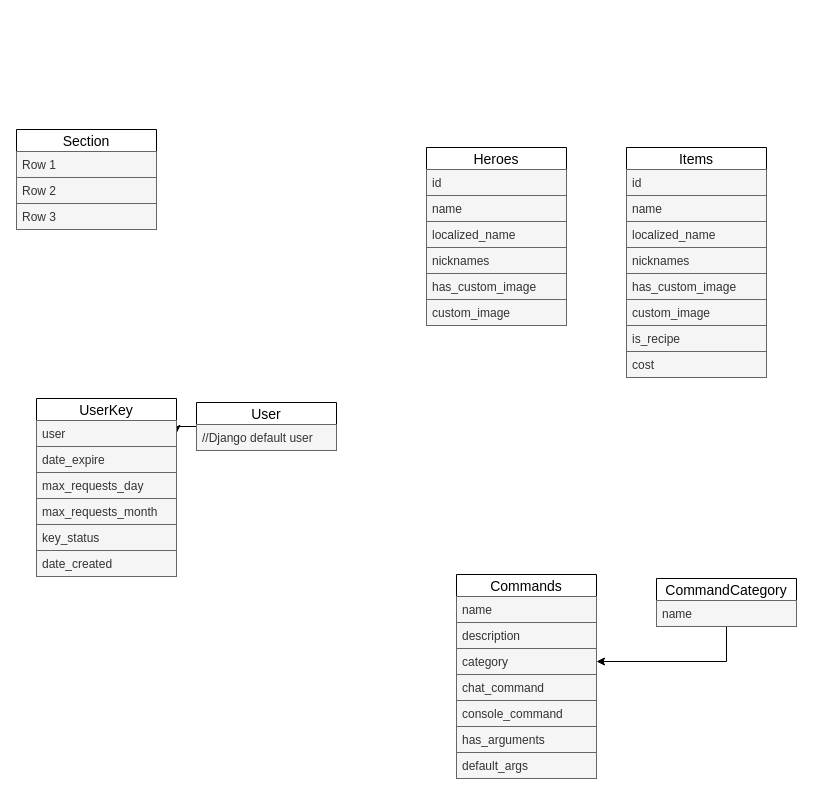
The draw.io diagram Data Model/cheetah_erd.drawio in Segun-io/cheetah_docs, before the edit. Source tidied: cells renumbered, new cells numbered last; positions are measured from the earlier drawing's top-left corner, leaving out a move shared by most shapes. Both pictures are drawn from the tidied source at 100%, with x=0, y=0 at pixel (16, 129).
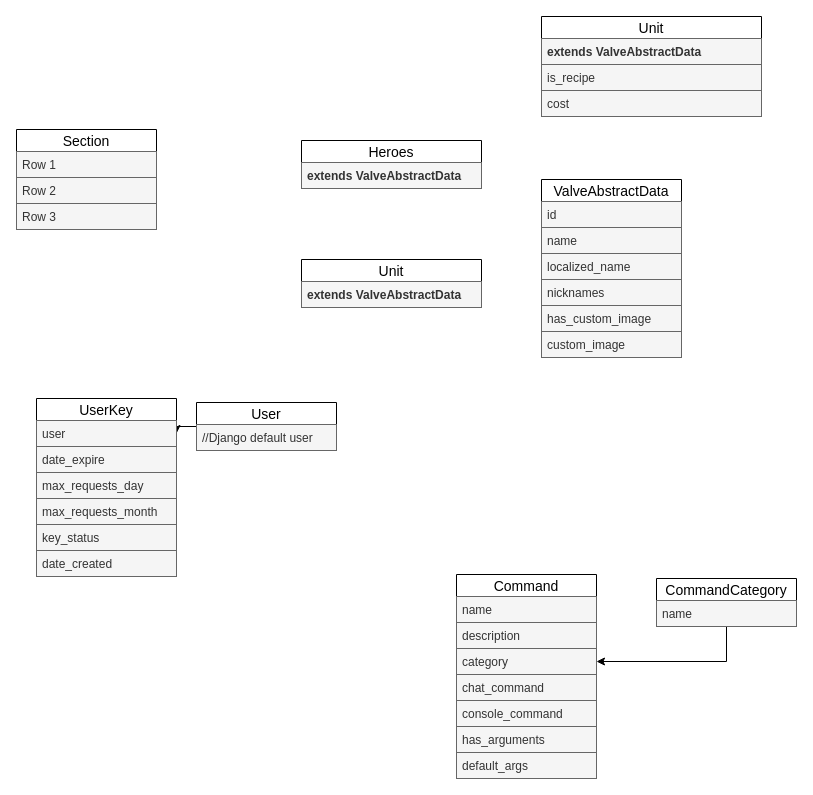
The same diagram, later.

Commit message (it also covers changes not shown here):
adding units to erd - adding erd image - name conventions - abstract class for valves universe

Change to the diagram source:
```diff
@@
     <mxCell id="16" value="Heroes" style="swimlane;fontStyle=0;horizontal=1;startSize=22;swimlaneFillColor=#ffffff;align=center;fontSize=14;" parent="1" vertex="1">
-      <mxGeometry x="410" y="18" width="140" height="178" as="geometry" />
+      <mxGeometry x="285" y="11" width="180" height="48" as="geometry" />
     </mxCell>
-    <mxCell id="17" value="id" style="text;strokeColor=#666666;fillColor=#f5f5f5;spacingLeft=4;spacingRight=4;overflow=hidden;fontSize=12;fontColor=#333333;" parent="16" vertex="1">
-      <mxGeometry y="22" width="140" height="26" as="geometry" />
+    <mxCell id="17" value="extends ValveAbstractData" style="text;strokeColor=#666666;fillColor=#f5f5f5;spacingLeft=4;spacingRight=4;overflow=hidden;fontSize=12;fontColor=#333333;fontStyle=1;" parent="16" vertex="1">
+      <mxGeometry y="22" width="180" height="26" as="geometry" />
     </mxCell>
-    <mxCell id="18" value="name" style="text;strokeColor=#666666;fillColor=#f5f5f5;spacingLeft=4;spacingRight=4;overflow=hidden;fontSize=12;fontColor=#333333;" parent="16" vertex="1">
-      <mxGeometry y="48" width="140" height="26" as="geometry" />
-    </mxCell>
-    <mxCell id="19" value="localized_name" style="text;strokeColor=#666666;fillColor=#f5f5f5;spacingLeft=4;spacingRight=4;overflow=hidden;fontSize=12;fontColor=#333333;" parent="16" vertex="1">
-      <mxGeometry y="74" width="140" height="26" as="geometry" />
-    </mxCell>
-    <mxCell id="20" value="nicknames" style="text;strokeColor=#666666;fillColor=#f5f5f5;spacingLeft=4;spacingRight=4;overflow=hidden;fontSize=12;fontColor=#333333;" parent="16" vertex="1">
-      <mxGeometry y="100" width="140" height="26" as="geometry" />
-    </mxCell>
-    <mxCell id="21" value="has_custom_image" style="text;strokeColor=#666666;fillColor=#f5f5f5;spacingLeft=4;spacingRight=4;overflow=hidden;fontSize=12;fontColor=#333333;" parent="16" vertex="1">
-      <mxGeometry y="126" width="140" height="26" as="geometry" />
-    </mxCell>
-    <mxCell id="22" value="custom_image" style="text;strokeColor=#666666;fillColor=#f5f5f5;spacingLeft=4;spacingRight=4;overflow=hidden;fontSize=12;fontColor=#333333;" parent="16" vertex="1">
-      <mxGeometry y="152" width="140" height="26" as="geometry" />
-    </mxCell>
-    <mxCell id="23" value="Items" style="swimlane;fontStyle=0;horizontal=1;startSize=22;swimlaneFillColor=#ffffff;align=center;fontSize=14;" parent="1" vertex="1">
-      <mxGeometry x="610" y="18" width="140" height="230" as="geometry" />
+    <mxCell id="23" value="Unit" style="swimlane;fontStyle=0;horizontal=1;startSize=22;swimlaneFillColor=#ffffff;align=center;fontSize=14;" parent="1" vertex="1">
+      <mxGeometry x="525" y="-113" width="220" height="100" as="geometry" />
     </mxCell>
-    <mxCell id="24" value="id" style="text;strokeColor=#666666;fillColor=#f5f5f5;spacingLeft=4;spacingRight=4;overflow=hidden;fontSize=12;fontColor=#333333;" parent="23" vertex="1">
-      <mxGeometry y="22" width="140" height="26" as="geometry" />
+    <mxCell id="24" value="extends ValveAbstractData" style="text;strokeColor=#666666;fillColor=#f5f5f5;spacingLeft=4;spacingRight=4;overflow=hidden;fontSize=12;fontColor=#333333;fontStyle=1;" parent="23" vertex="1">
+      <mxGeometry y="22" width="220" height="26" as="geometry" />
     </mxCell>
-    <mxCell id="25" value="name" style="text;strokeColor=#666666;fillColor=#f5f5f5;spacingLeft=4;spacingRight=4;overflow=hidden;fontSize=12;fontColor=#333333;" parent="23" vertex="1">
-      <mxGeometry y="48" width="140" height="26" as="geometry" />
-    </mxCell>
-    <mxCell id="26" value="localized_name" style="text;strokeColor=#666666;fillColor=#f5f5f5;spacingLeft=4;spacingRight=4;overflow=hidden;fontSize=12;fontColor=#333333;" parent="23" vertex="1">
-      <mxGeometry y="74" width="140" height="26" as="geometry" />
-    </mxCell>
-    <mxCell id="27" value="nicknames" style="text;strokeColor=#666666;fillColor=#f5f5f5;spacingLeft=4;spacingRight=4;overflow=hidden;fontSize=12;fontColor=#333333;" parent="23" vertex="1">
-      <mxGeometry y="100" width="140" height="26" as="geometry" />
-    </mxCell>
-    <mxCell id="28" value="has_custom_image" style="text;strokeColor=#666666;fillColor=#f5f5f5;spacingLeft=4;spacingRight=4;overflow=hidden;fontSize=12;fontColor=#333333;" parent="23" vertex="1">
-      <mxGeometry y="126" width="140" height="26" as="geometry" />
-    </mxCell>
-    <mxCell id="29" value="custom_image" style="text;strokeColor=#666666;fillColor=#f5f5f5;spacingLeft=4;spacingRight=4;overflow=hidden;fontSize=12;fontColor=#333333;" parent="23" vertex="1">
-      <mxGeometry y="152" width="140" height="26" as="geometry" />
-    </mxCell>
     <mxCell id="30" value="is_recipe" style="text;strokeColor=#666666;fillColor=#f5f5f5;spacingLeft=4;spacingRight=4;overflow=hidden;fontSize=12;fontColor=#333333;" parent="23" vertex="1">
-      <mxGeometry y="178" width="140" height="26" as="geometry" />
+      <mxGeometry y="48" width="220" height="26" as="geometry" />
     </mxCell>
     <mxCell id="31" value="cost" style="text;strokeColor=#666666;fillColor=#f5f5f5;spacingLeft=4;spacingRight=4;overflow=hidden;fontSize=12;fontColor=#333333;" parent="23" vertex="1">
-      <mxGeometry y="204" width="140" height="26" as="geometry" />
+      <mxGeometry y="74" width="220" height="26" as="geometry" />
     </mxCell>
-    <mxCell id="32" value="Commands" style="swimlane;fontStyle=0;horizontal=1;startSize=22;swimlaneFillColor=#ffffff;align=center;fontSize=14;" parent="1" vertex="1">
+    <mxCell id="32" value="Command" style="swimlane;fontStyle=0;horizontal=1;startSize=22;swimlaneFillColor=#ffffff;align=center;fontSize=14;" parent="1" vertex="1">
       <mxGeometry x="440" y="445" width="140" height="204" as="geometry" />
     </mxCell>
@@
+    <mxCell id="43" value="ValveAbstractData" style="swimlane;fontStyle=0;horizontal=1;startSize=22;swimlaneFillColor=#ffffff;align=center;fontSize=14;" parent="1" vertex="1">
+      <mxGeometry x="525" y="50" width="140" height="178" as="geometry" />
+    </mxCell>
+    <mxCell id="44" value="id" style="text;strokeColor=#666666;fillColor=#f5f5f5;spacingLeft=4;spacingRight=4;overflow=hidden;fontSize=12;fontColor=#333333;" parent="43" vertex="1">
+      <mxGeometry y="22" width="140" height="26" as="geometry" />
+    </mxCell>
+    <mxCell id="45" value="name" style="text;strokeColor=#666666;fillColor=#f5f5f5;spacingLeft=4;spacingRight=4;overflow=hidden;fontSize=12;fontColor=#333333;" parent="43" vertex="1">
+      <mxGeometry y="48" width="140" height="26" as="geometry" />
+    </mxCell>
+    <mxCell id="46" value="localized_name" style="text;strokeColor=#666666;fillColor=#f5f5f5;spacingLeft=4;spacingRight=4;overflow=hidden;fontSize=12;fontColor=#333333;" parent="43" vertex="1">
+      <mxGeometry y="74" width="140" height="26" as="geometry" />
+    </mxCell>
+    <mxCell id="47" value="nicknames" style="text;strokeColor=#666666;fillColor=#f5f5f5;spacingLeft=4;spacingRight=4;overflow=hidden;fontSize=12;fontColor=#333333;" parent="43" vertex="1">
+      <mxGeometry y="100" width="140" height="26" as="geometry" />
+    </mxCell>
+    <mxCell id="48" value="has_custom_image" style="text;strokeColor=#666666;fillColor=#f5f5f5;spacingLeft=4;spacingRight=4;overflow=hidden;fontSize=12;fontColor=#333333;" parent="43" vertex="1">
+      <mxGeometry y="126" width="140" height="26" as="geometry" />
+    </mxCell>
+    <mxCell id="49" value="custom_image" style="text;strokeColor=#666666;fillColor=#f5f5f5;spacingLeft=4;spacingRight=4;overflow=hidden;fontSize=12;fontColor=#333333;" parent="43" vertex="1">
+      <mxGeometry y="152" width="140" height="26" as="geometry" />
+    </mxCell>
+    <mxCell id="50" value="Unit" style="swimlane;fontStyle=0;horizontal=1;startSize=22;swimlaneFillColor=#ffffff;align=center;fontSize=14;" parent="1" vertex="1">
+      <mxGeometry x="285" y="130" width="180" height="48" as="geometry" />
+    </mxCell>
+    <mxCell id="51" value="extends ValveAbstractData" style="text;strokeColor=#666666;fillColor=#f5f5f5;spacingLeft=4;spacingRight=4;overflow=hidden;fontSize=12;fontColor=#333333;fontStyle=1;" parent="50" vertex="1">
+      <mxGeometry y="22" width="180" height="26" as="geometry" />
+    </mxCell>
```
